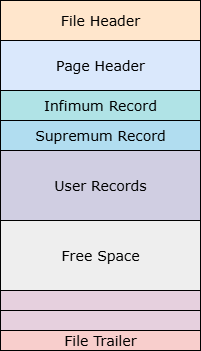
Earlier version of the draw.io export mysql/InnoDB索引页记录分组过程drawio.png (guxdong/imgrepo). Source tidied: cells renumbered, new cells last; positions are measured from the earlier drawing's top-left corner, leaving out a move shared by most shapes.
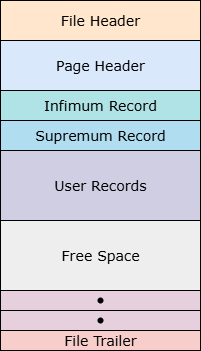
Later version of the same file.

Commit message:
更新InnoDB索引页记录分组过程drawio.png

Diff of the diagram source:
```diff
@@ -20,14 +20,26 @@
     <mxCell id="7" value="Free Space" style="rounded=0;whiteSpace=wrap;html=1;fontFamily=Verdana;fontSize=14;fillColor=#eeeeee;strokeColor=default;" parent="1" vertex="1">
       <mxGeometry y="220" width="200" height="70" as="geometry" />
     </mxCell>
+    <mxCell id="9" value="File Trailer" style="rounded=0;whiteSpace=wrap;html=1;fontFamily=Verdana;fontSize=14;fillColor=#f8cecc;strokeColor=default;" parent="1" vertex="1">
+      <mxGeometry y="330" width="200" height="20" as="geometry" />
+    </mxCell>
+    <mxCell id="11" style="group;" parent="1" vertex="1">
+      <mxGeometry y="290" width="200" height="20" as="geometry" />
+    </mxCell>
-    <mxCell id="8" style="rounded=0;whiteSpace=wrap;html=1;fontFamily=Verdana;fontSize=14;fillColor=#E6D0DE;strokeColor=default;" parent="1" vertex="1">
-      <mxGeometry y="290" width="200" height="20" as="geometry" />
+    <mxCell id="8" style="rounded=0;whiteSpace=wrap;html=1;fontFamily=Verdana;fontSize=14;fillColor=#E6D0DE;strokeColor=default;" parent="11" vertex="1">
+      <mxGeometry width="200" height="20" as="geometry" />
     </mxCell>
-    <mxCell id="9" value="File Trailer" style="rounded=0;whiteSpace=wrap;html=1;fontFamily=Verdana;fontSize=14;fillColor=#f8cecc;strokeColor=default;" parent="1" vertex="1">
-      <mxGeometry y="330" width="200" height="20" as="geometry" />
-    </mxCell>
-    <mxCell id="10" style="rounded=0;whiteSpace=wrap;html=1;fontFamily=Verdana;fontSize=14;fillColor=#E6D0DE;strokeColor=default;" parent="1" vertex="1">
-      <mxGeometry y="310" width="200" height="20" as="geometry" />
-    </mxCell>
+    <mxCell id="12" style="shape=waypoint;sketch=0;fillStyle=solid;size=6;fillColor=none;perimeter=centerPerimeter;" parent="11" vertex="1">
+      <mxGeometry x="90" width="20" height="20" as="geometry" />
+    </mxCell>
+    <mxCell id="13" style="group;" parent="1" vertex="1">
+      <mxGeometry y="310" width="200" height="20" as="geometry" />
+    </mxCell>
+    <mxCell id="14" style="rounded=0;whiteSpace=wrap;html=1;fontFamily=Verdana;fontSize=14;fillColor=#E6D0DE;strokeColor=default;" parent="13" vertex="1">
+      <mxGeometry width="200" height="20" as="geometry" />
+    </mxCell>
+    <mxCell id="15" style="shape=waypoint;sketch=0;fillStyle=solid;size=6;fillColor=none;perimeter=centerPerimeter;" parent="13" vertex="1">
+      <mxGeometry x="90" width="20" height="20" as="geometry" />
+    </mxCell>
   </root>
 </mxGraphModel>
```
